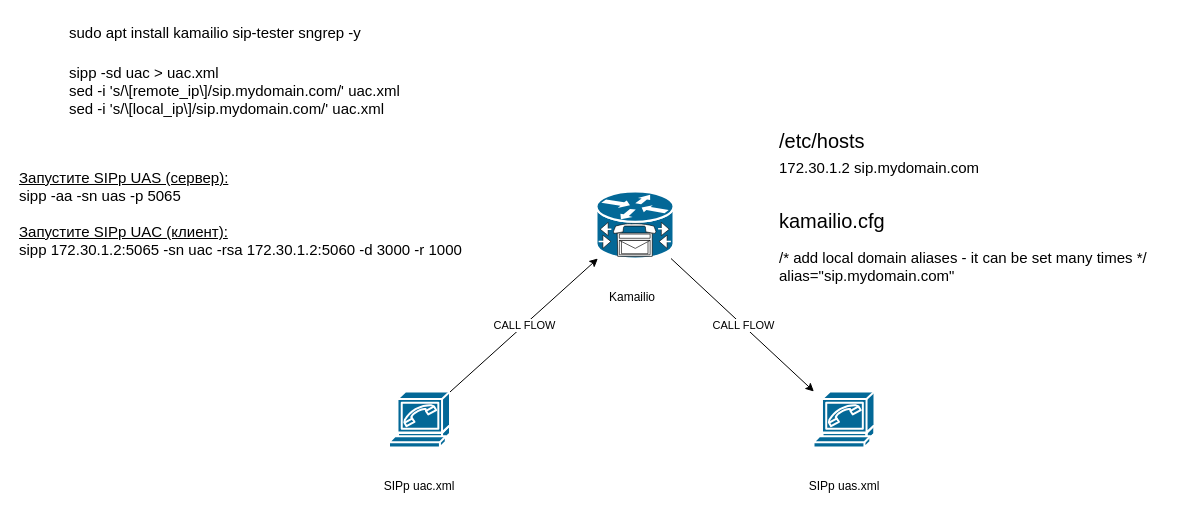
This is LAB1.1-2xSIPp-1xKamailio.drawio from sysadminlab/voip, a draw.io file, before an edit. Source tidied: cells renumbered, new cells numbered last; positions are measured from the earlier drawing's top-left corner, leaving out a move shared by most shapes. Both pictures are drawn from the tidied source at 100%, with x=0, y=0 at pixel (17, 17).
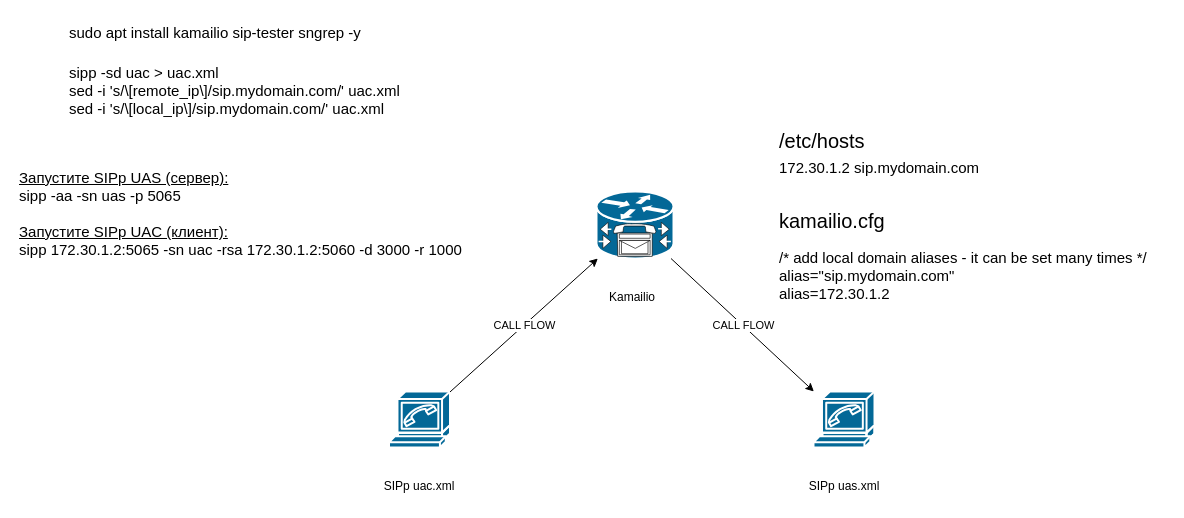
The same page after the edit.

The edit, as a diff of the source:
```diff
@@
 <mxGraphModel>
   <root>
     <mxCell id="0" />
     <mxCell id="1" parent="0" />
     <mxCell id="2" value="SIPp uac.xml" style="text;strokeColor=none;align=center;fillColor=none;html=1;verticalAlign=middle;whiteSpace=wrap;rounded=0;" parent="1" vertex="1">
       <mxGeometry x="347" y="454" width="110" height="30" as="geometry" />
     </mxCell>
     <mxCell id="3" value="SIPp uas.xml" style="text;strokeColor=none;align=center;fillColor=none;html=1;verticalAlign=middle;whiteSpace=wrap;rounded=0;" parent="1" vertex="1">
       <mxGeometry x="771.5" y="454" width="110" height="30" as="geometry" />
     </mxCell>
     <mxCell id="4" style="shape=mxgraph.cisco.modems_and_phones.softphone;sketch=0;html=1;dashed=0;fillColor=#036897;strokeColor=#ffffff;strokeWidth=2;verticalLabelPosition=bottom;verticalAlign=top;align=center;outlineConnect=0;" parent="1" vertex="1">
       <mxGeometry x="796" y="374" width="61" height="56" as="geometry" />
     </mxCell>
     <mxCell id="5" style="shape=mxgraph.cisco.modems_and_phones.softphone;sketch=0;html=1;dashed=0;fillColor=#036897;strokeColor=#ffffff;strokeWidth=2;verticalLabelPosition=bottom;verticalAlign=top;align=center;outlineConnect=0;" parent="1" vertex="1">
       <mxGeometry x="371.5" y="374" width="61" height="56" as="geometry" />
     </mxCell>
     <mxCell id="6" style="shape=mxgraph.cisco.misc.cisco_unity_express;sketch=0;html=1;dashed=0;fillColor=#036897;strokeColor=#ffffff;strokeWidth=2;verticalLabelPosition=bottom;verticalAlign=top;align=center;outlineConnect=0;" parent="1" vertex="1">
       <mxGeometry x="579" y="174" width="77" height="67" as="geometry" />
     </mxCell>
     <mxCell id="7" style="endArrow=classic;html=1;rounded=0;" parent="1" edge="1" source="5" target="6">
       <mxGeometry relative="1" as="geometry" />
     </mxCell>
     <mxCell id="8" value="CALL FLOW" style="edgeLabel;html=1;align=center;verticalAlign=middle;" parent="7" vertex="1">
       <mxGeometry relative="1" as="geometry" />
     </mxCell>
     <mxCell id="9" style="endArrow=classic;html=1;rounded=0;" parent="1" edge="1" source="6" target="4">
       <mxGeometry relative="1" as="geometry" />
     </mxCell>
     <mxCell id="10" value="CALL FLOW" style="edgeLabel;html=1;align=center;verticalAlign=middle;" parent="9" vertex="1">
       <mxGeometry relative="1" as="geometry" />
     </mxCell>
     <mxCell id="11" value="Kamailio" style="text;strokeColor=none;align=center;fillColor=none;html=1;verticalAlign=middle;whiteSpace=wrap;rounded=0;" parent="1" vertex="1">
       <mxGeometry x="585" y="265" width="60" height="30" as="geometry" />
     </mxCell>
     <mxCell id="12" value="sudo apt install kamailio sip-tester sngrep -y" style="text;whiteSpace=wrap;fontSize=15;" parent="1" vertex="1">
       <mxGeometry x="50" width="310" height="40" as="geometry" />
     </mxCell>
     <mxCell id="13" value="&lt;u&gt;Запустите SIPp UAS (сервер):&lt;br&gt;&lt;/u&gt;sipp -aa -sn uas -p 5065&lt;br&gt;&lt;u&gt;&lt;br&gt;&lt;/u&gt;&lt;div&gt;&lt;u&gt;Запустите SIPp UAC (клиент):&lt;/u&gt;&lt;/div&gt;&lt;div&gt;sipp 172.30.1.2:5065 -sn uac -rsa 172.30.1.2:5060 -d 3000 -r 1000&lt;/div&gt;&lt;u&gt;&lt;br&gt;&lt;br&gt;&lt;/u&gt;" style="text;whiteSpace=wrap;html=1;fontSize=15;" parent="1" vertex="1">
       <mxGeometry y="145" width="570" height="110" as="geometry" />
     </mxCell>
-    <mxCell id="14" value="/* add local domain aliases - it can be set many times */&#10;alias=&quot;sip.mydomain.com&quot;" style="text;whiteSpace=wrap;fontSize=15;" parent="1" vertex="1">
-      <mxGeometry x="760" y="225" width="390" height="50" as="geometry" />
+    <mxCell id="14" value="/* add local domain aliases - it can be set many times */&#10;alias=&quot;sip.mydomain.com&quot;&#10;alias=172.30.1.2" style="text;whiteSpace=wrap;fontSize=15;" parent="1" vertex="1">
+      <mxGeometry x="760" y="225" width="390" height="70" as="geometry" />
     </mxCell>
     <mxCell id="15" value="kamailio.cfg" style="text;whiteSpace=wrap;fontSize=20;" parent="1" vertex="1">
       <mxGeometry x="760" y="185" width="100" height="40" as="geometry" />
     </mxCell>
     <mxCell id="16" value="172.30.1.2 sip.mydomain.com" style="text;whiteSpace=wrap;fontSize=15;" parent="1" vertex="1">
       <mxGeometry x="760" y="135" width="234" height="40" as="geometry" />
     </mxCell>
     <mxCell id="17" value="/etc/hosts" style="text;whiteSpace=wrap;fontSize=20;" parent="1" vertex="1">
       <mxGeometry x="760" y="105" width="134" height="40" as="geometry" />
     </mxCell>
     <mxCell id="18" value="sipp -sd uac &gt; uac.xml&#10;sed -i 's/\[remote_ip\]/sip.mydomain.com/' uac.xml&#10;sed -i 's/\[local_ip\]/sip.mydomain.com/' uac.xml" style="text;whiteSpace=wrap;fontSize=15;" parent="1" vertex="1">
       <mxGeometry x="50" y="40" width="430" height="75" as="geometry" />
     </mxCell>
   </root>
 </mxGraphModel>
```
